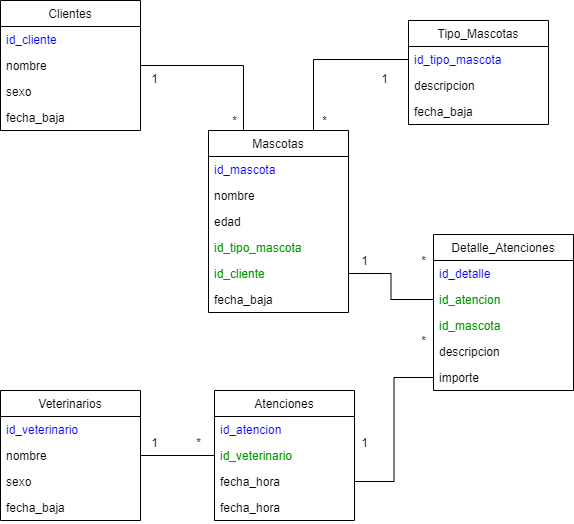
Earlier version of the draw.io export Veterinaria_DB/DiagramaDBVeterinaria.drawio.png (ezebarrale/Veterinaria_App). Source tidied: cells renumbered, new cells last; positions are measured from the earlier drawing's top-left corner, leaving out a move shared by most shapes.
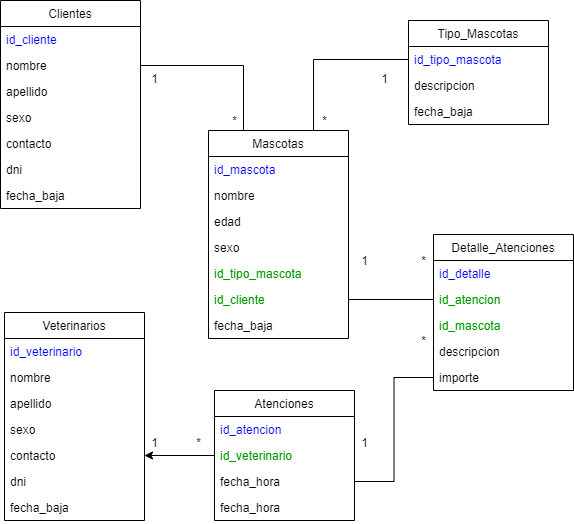
The same diagram one commit later.

Diff of the diagram source:
```diff
@@ -3,7 +3,7 @@
     <mxCell id="0" />
     <mxCell id="1" parent="0" />
     <mxCell id="2" value="Clientes" style="swimlane;fontStyle=0;horizontal=1;startSize=26;fillColor=none;" parent="1" vertex="1">
-      <mxGeometry width="140" height="130" as="geometry" />
+      <mxGeometry width="140" height="208" as="geometry" />
     </mxCell>
     <mxCell id="3" value="id_cliente" style="text;strokeColor=none;fillColor=none;align=left;verticalAlign=top;spacingLeft=4;spacingRight=4;overflow=hidden;fontColor=#0000FF;" parent="2" vertex="1">
       <mxGeometry y="26" width="140" height="26" as="geometry" />
@@ -11,17 +11,26 @@
     <mxCell id="4" value="nombre" style="text;strokeColor=none;fillColor=none;align=left;verticalAlign=top;spacingLeft=4;spacingRight=4;overflow=hidden;points=[[0,0.5],[1,0.5]];portConstraint=eastwest;" parent="2" vertex="1">
       <mxGeometry y="52" width="140" height="26" as="geometry" />
     </mxCell>
+    <mxCell id="49" value="apellido" style="text;strokeColor=none;fillColor=none;align=left;verticalAlign=top;spacingLeft=4;spacingRight=4;overflow=hidden;" parent="2" vertex="1">
+      <mxGeometry y="78" width="140" height="26" as="geometry" />
+    </mxCell>
     <mxCell id="5" value="sexo" style="text;strokeColor=none;fillColor=none;align=left;verticalAlign=top;spacingLeft=4;spacingRight=4;overflow=hidden;" parent="2" vertex="1">
-      <mxGeometry y="78" width="140" height="26" as="geometry" />
+      <mxGeometry y="104" width="140" height="26" as="geometry" />
     </mxCell>
+    <mxCell id="50" value="contacto" style="text;strokeColor=none;fillColor=none;align=left;verticalAlign=top;spacingLeft=4;spacingRight=4;overflow=hidden;" parent="2" vertex="1">
+      <mxGeometry y="130" width="140" height="26" as="geometry" />
+    </mxCell>
+    <mxCell id="51" value="dni" style="text;strokeColor=none;fillColor=none;align=left;verticalAlign=top;spacingLeft=4;spacingRight=4;overflow=hidden;" parent="2" vertex="1">
+      <mxGeometry y="156" width="140" height="26" as="geometry" />
+    </mxCell>
     <mxCell id="6" value="fecha_baja" style="text;strokeColor=none;fillColor=none;align=left;verticalAlign=top;spacingLeft=4;spacingRight=4;overflow=hidden;" parent="2" vertex="1">
-      <mxGeometry y="104" width="140" height="26" as="geometry" />
+      <mxGeometry y="182" width="140" height="26" as="geometry" />
     </mxCell>
     <mxCell id="7" style="edgeStyle=orthogonalEdgeStyle;rounded=0;jettySize=auto;html=1;exitX=0.75;exitY=0;exitDx=0;exitDy=0;entryX=0;entryY=0.5;entryDx=0;entryDy=0;endArrow=none;endFill=0;" parent="1" edge="1" source="8" target="22">
       <mxGeometry relative="1" as="geometry" />
     </mxCell>
     <mxCell id="8" value="Mascotas" style="swimlane;fontStyle=0;horizontal=1;startSize=26;fillColor=none;" parent="1" vertex="1">
-      <mxGeometry x="208" y="130" width="140" height="182" as="geometry" />
+      <mxGeometry x="208" y="130" width="140" height="208" as="geometry" />
     </mxCell>
     <mxCell id="9" value="id_mascota" style="text;strokeColor=none;fillColor=none;align=left;verticalAlign=top;spacingLeft=4;spacingRight=4;overflow=hidden;fontColor=#0000FF;" parent="8" vertex="1">
       <mxGeometry y="26" width="140" height="26" as="geometry" />
@@ -32,14 +41,17 @@
     <mxCell id="11" value="edad" style="text;strokeColor=none;fillColor=none;align=left;verticalAlign=top;spacingLeft=4;spacingRight=4;overflow=hidden;" parent="8" vertex="1">
       <mxGeometry y="78" width="140" height="26" as="geometry" />
     </mxCell>
+    <mxCell id="52" value="sexo" style="text;strokeColor=none;fillColor=none;align=left;verticalAlign=top;spacingLeft=4;spacingRight=4;overflow=hidden;" parent="8" vertex="1">
+      <mxGeometry y="104" width="140" height="26" as="geometry" />
+    </mxCell>
     <mxCell id="12" value="id_tipo_mascota" style="text;strokeColor=none;fillColor=none;align=left;verticalAlign=top;spacingLeft=4;spacingRight=4;overflow=hidden;fontColor=#009900;" parent="8" vertex="1">
-      <mxGeometry y="104" width="140" height="26" as="geometry" />
+      <mxGeometry y="130" width="140" height="26" as="geometry" />
     </mxCell>
     <mxCell id="13" value="id_cliente" style="text;strokeColor=none;fillColor=none;align=left;verticalAlign=top;spacingLeft=4;spacingRight=4;overflow=hidden;points=[[0,0.5],[1,0.5]];portConstraint=eastwest;fontColor=#009900;" parent="8" vertex="1">
-      <mxGeometry y="130" width="140" height="26" as="geometry" />
+      <mxGeometry y="156" width="140" height="26" as="geometry" />
     </mxCell>
     <mxCell id="14" value="fecha_baja" style="text;strokeColor=none;fillColor=none;align=left;verticalAlign=top;spacingLeft=4;spacingRight=4;overflow=hidden;fontColor=#000000;" parent="8" vertex="1">
-      <mxGeometry y="156" width="140" height="26" as="geometry" />
+      <mxGeometry y="182" width="140" height="26" as="geometry" />
     </mxCell>
     <mxCell id="15" value="Detalle_Atenciones" style="swimlane;fontStyle=0;horizontal=1;startSize=26;fillColor=none;" parent="1" vertex="1">
       <mxGeometry x="433" y="234" width="140" height="156" as="geometry" />
@@ -120,7 +132,7 @@
       <mxGeometry x="354" y="432" width="20" height="20" as="geometry" />
     </mxCell>
     <mxCell id="41" value="Veterinarios" style="swimlane;fontStyle=0;horizontal=1;startSize=26;fillColor=none;" parent="1" vertex="1">
-      <mxGeometry y="390" width="140" height="130" as="geometry" />
+      <mxGeometry x="4" y="312" width="140" height="208" as="geometry" />
     </mxCell>
     <mxCell id="42" value="id_veterinario" style="text;strokeColor=none;fillColor=none;align=left;verticalAlign=top;spacingLeft=4;spacingRight=4;overflow=hidden;fontColor=#0000FF;" parent="41" vertex="1">
       <mxGeometry y="26" width="140" height="26" as="geometry" />
@@ -128,20 +140,29 @@
     <mxCell id="43" value="nombre" style="text;strokeColor=none;fillColor=none;align=left;verticalAlign=top;spacingLeft=4;spacingRight=4;overflow=hidden;points=[[0,0.5],[1,0.5]];portConstraint=eastwest;" parent="41" vertex="1">
       <mxGeometry y="52" width="140" height="26" as="geometry" />
     </mxCell>
+    <mxCell id="53" value="apellido" style="text;strokeColor=none;fillColor=none;align=left;verticalAlign=top;spacingLeft=4;spacingRight=4;overflow=hidden;" parent="41" vertex="1">
+      <mxGeometry y="78" width="140" height="26" as="geometry" />
+    </mxCell>
     <mxCell id="44" value="sexo" style="text;strokeColor=none;fillColor=none;align=left;verticalAlign=top;spacingLeft=4;spacingRight=4;overflow=hidden;" parent="41" vertex="1">
-      <mxGeometry y="78" width="140" height="26" as="geometry" />
+      <mxGeometry y="104" width="140" height="26" as="geometry" />
     </mxCell>
+    <mxCell id="54" value="contacto" style="text;strokeColor=none;fillColor=none;align=left;verticalAlign=top;spacingLeft=4;spacingRight=4;overflow=hidden;points=[[0,0.5],[1,0.5]];portConstraint=eastwest;" parent="41" vertex="1">
+      <mxGeometry y="130" width="140" height="26" as="geometry" />
+    </mxCell>
+    <mxCell id="55" value="dni" style="text;strokeColor=none;fillColor=none;align=left;verticalAlign=top;spacingLeft=4;spacingRight=4;overflow=hidden;" parent="41" vertex="1">
+      <mxGeometry y="156" width="140" height="26" as="geometry" />
+    </mxCell>
     <mxCell id="45" value="fecha_baja" style="text;strokeColor=none;fillColor=none;align=left;verticalAlign=top;spacingLeft=4;spacingRight=4;overflow=hidden;" parent="41" vertex="1">
-      <mxGeometry y="104" width="140" height="26" as="geometry" />
+      <mxGeometry y="182" width="140" height="26" as="geometry" />
     </mxCell>
-    <mxCell id="46" style="edgeStyle=orthogonalEdgeStyle;rounded=0;jettySize=auto;html=1;exitX=1;exitY=0.5;exitDx=0;exitDy=0;fontColor=#0000CC;endArrow=none;endFill=0;entryX=0;entryY=0.5;entryDx=0;entryDy=0;" parent="1" edge="1" source="43" target="35">
-      <mxGeometry relative="1" as="geometry" />
-    </mxCell>
     <mxCell id="47" value="*" style="text;html=1;align=center;verticalAlign=middle;fillColor=none;strokeColor=none;rounded=0;" parent="1" vertex="1">
       <mxGeometry x="188" y="432" width="20" height="20" as="geometry" />
     </mxCell>
     <mxCell id="48" value="1" style="text;html=1;align=center;verticalAlign=middle;fillColor=none;strokeColor=none;rounded=0;" parent="1" vertex="1">
       <mxGeometry x="144" y="432" width="20" height="20" as="geometry" />
     </mxCell>
+    <mxCell id="56" style="edgeStyle=orthogonalEdgeStyle;rounded=0;jettySize=auto;html=1;exitX=0;exitY=0.5;exitDx=0;exitDy=0;entryX=1;entryY=0.5;entryDx=0;entryDy=0;" parent="1" edge="1" source="35" target="54">
+      <mxGeometry relative="1" as="geometry" />
+    </mxCell>
   </root>
 </mxGraphModel>
```
